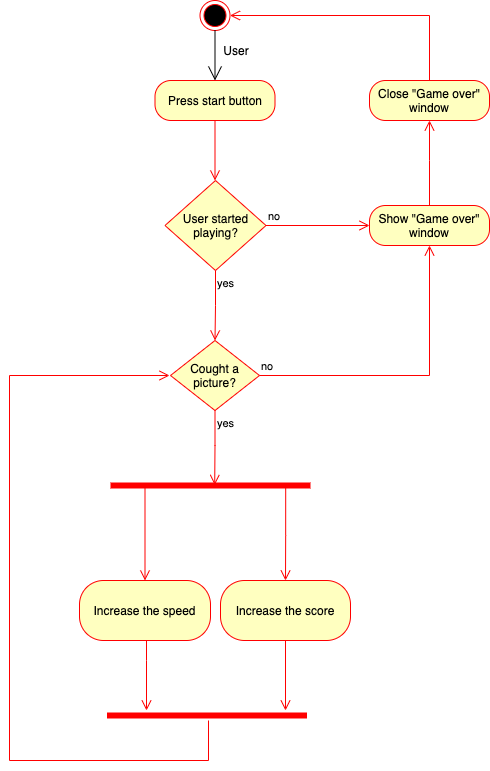
Before: Activity.png, a diagram exported from draw.io (HeliHaavisto/diagrams). Source tidied: cells renumbered, new cells last; positions are measured from the earlier drawing's top-left corner, leaving out a move shared by most shapes.
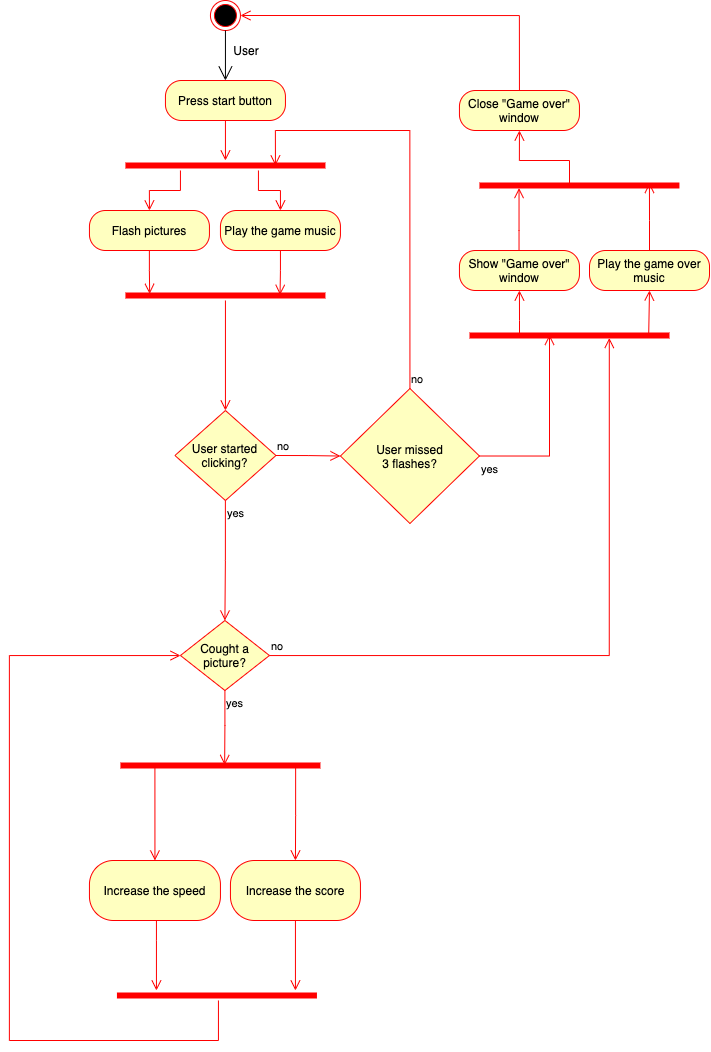
The same diagram one commit later.

The edit, as a diff of the source:
```diff
@@ -3,110 +3,199 @@
     <mxCell id="0" />
     <mxCell id="1" parent="0" />
     <mxCell id="2" style="ellipse;html=1;shape=endState;fillColor=#000000;strokeColor=#ff0000;" parent="1" vertex="1">
-      <mxGeometry x="190.5" width="30" height="30" as="geometry" />
+      <mxGeometry x="40.9" y="-40" width="30" height="30" as="geometry" />
     </mxCell>
     <mxCell id="3" value="Press start button" style="rounded=1;whiteSpace=wrap;html=1;arcSize=40;fontColor=#000000;fillColor=#ffffc0;strokeColor=#ff0000;" parent="1" vertex="1">
-      <mxGeometry x="145.5" y="80" width="120" height="40" as="geometry" />
+      <mxGeometry x="-4.1" y="40" width="120" height="40" as="geometry" />
     </mxCell>
-    <mxCell id="4" style="edgeStyle=orthogonalEdgeStyle;html=1;verticalAlign=bottom;endArrow=open;endSize=8;strokeColor=#ff0000;rounded=0;" parent="1" edge="1" source="3">
-      <mxGeometry relative="1" as="geometry">
-        <mxPoint x="205.5" y="180" as="targetPoint" />
-      </mxGeometry>
+    <mxCell id="4" style="edgeStyle=orthogonalEdgeStyle;html=1;verticalAlign=bottom;endArrow=open;endSize=8;strokeColor=#ff0000;rounded=0;" parent="1" edge="1" source="3" target="26">
+      <mxGeometry relative="1" as="geometry" />
     </mxCell>
     <mxCell id="5" style="endArrow=open;endFill=1;endSize=12;html=1;rounded=0;edgeStyle=orthogonalEdgeStyle;entryX=0.5;entryY=0;entryDx=0;entryDy=0;" parent="1" edge="1" source="2" target="3">
       <mxGeometry relative="1" as="geometry" />
     </mxCell>
     <mxCell id="6" value="User" style="text;html=1;strokeColor=none;fillColor=none;align=center;verticalAlign=middle;whiteSpace=wrap;rounded=0;" parent="1" vertex="1">
-      <mxGeometry x="206.5" y="40" width="40" height="20" as="geometry" />
+      <mxGeometry x="56.9" width="40" height="20" as="geometry" />
     </mxCell>
-    <mxCell id="7" value="User started playing?" style="rhombus;whiteSpace=wrap;html=1;fillColor=#ffffc0;strokeColor=#ff0000;" parent="1" vertex="1">
-      <mxGeometry x="155.5" y="180" width="101" height="90" as="geometry" />
+    <mxCell id="7" value="User started clicking?" style="rhombus;whiteSpace=wrap;html=1;fillColor=#ffffc0;strokeColor=#ff0000;" parent="1" vertex="1">
+      <mxGeometry x="5.4" y="370" width="101" height="90" as="geometry" />
     </mxCell>
-    <mxCell id="8" value="no" style="edgeStyle=orthogonalEdgeStyle;html=1;align=left;verticalAlign=bottom;endArrow=open;endSize=8;strokeColor=#ff0000;rounded=0;entryX=0;entryY=0.5;entryDx=0;entryDy=0;" parent="1" edge="1" source="7" target="10">
+    <mxCell id="8" value="no" style="edgeStyle=orthogonalEdgeStyle;html=1;align=left;verticalAlign=bottom;endArrow=open;endSize=8;strokeColor=#ff0000;rounded=0;exitX=1;exitY=0.5;exitDx=0;exitDy=0;" parent="1" edge="1" source="7" target="35">
       <mxGeometry x="-1" relative="1" as="geometry" />
     </mxCell>
-    <mxCell id="9" value="yes" style="edgeStyle=orthogonalEdgeStyle;html=1;align=left;verticalAlign=top;endArrow=open;endSize=8;strokeColor=#ff0000;rounded=0;" parent="1" edge="1" source="7">
-      <mxGeometry x="-1" relative="1" as="geometry">
-        <mxPoint x="205.5" y="340" as="targetPoint" />
-      </mxGeometry>
+    <mxCell id="9" value="yes" style="edgeStyle=orthogonalEdgeStyle;html=1;align=left;verticalAlign=top;endArrow=open;endSize=8;strokeColor=#ff0000;rounded=0;" parent="1" edge="1" source="7" target="23">
+      <mxGeometry x="-1" relative="1" as="geometry" />
     </mxCell>
     <mxCell id="10" value="Show &quot;Game over&quot; window" style="rounded=1;whiteSpace=wrap;html=1;arcSize=40;fontColor=#000000;fillColor=#ffffc0;strokeColor=#ff0000;" parent="1" vertex="1">
-      <mxGeometry x="360" y="205" width="120" height="40" as="geometry" />
+      <mxGeometry x="289.9" y="210" width="120" height="40" as="geometry" />
     </mxCell>
-    <mxCell id="11" style="edgeStyle=orthogonalEdgeStyle;html=1;verticalAlign=bottom;endArrow=open;endSize=8;strokeColor=#ff0000;rounded=0;entryX=0.5;entryY=1;entryDx=0;entryDy=0;" parent="1" edge="1" source="10" target="12">
+    <mxCell id="11" style="edgeStyle=orthogonalEdgeStyle;html=1;verticalAlign=bottom;endArrow=open;endSize=8;strokeColor=#ff0000;rounded=0;entryX=0.198;entryY=0.757;entryDx=0;entryDy=0;entryPerimeter=0;" parent="1" edge="1" source="10" target="43">
       <mxGeometry relative="1" as="geometry">
         <Array as="points">
-          <mxPoint x="420" y="160" />
-          <mxPoint x="420" y="160" />
+          <mxPoint x="350" y="190" />
         </Array>
       </mxGeometry>
     </mxCell>
     <mxCell id="12" value="Close &quot;Game over&quot; window" style="rounded=1;whiteSpace=wrap;html=1;arcSize=40;fontColor=#000000;fillColor=#ffffc0;strokeColor=#ff0000;" parent="1" vertex="1">
-      <mxGeometry x="360" y="80" width="120" height="40" as="geometry" />
+      <mxGeometry x="289.9" y="50" width="120" height="40" as="geometry" />
     </mxCell>
-    <mxCell id="13" style="edgeStyle=orthogonalEdgeStyle;html=1;verticalAlign=bottom;endArrow=open;endSize=8;strokeColor=#ff0000;rounded=0;entryX=1;entryY=0.5;entryDx=0;entryDy=0;" parent="1" edge="1" source="12" target="2">
+    <mxCell id="13" style="edgeStyle=orthogonalEdgeStyle;html=1;verticalAlign=bottom;endArrow=open;endSize=8;strokeColor=#ff0000;rounded=0;entryX=1;entryY=0.5;entryDx=0;entryDy=0;exitX=0.5;exitY=0;exitDx=0;exitDy=0;" parent="1" edge="1" source="12" target="2">
       <mxGeometry relative="1" as="geometry">
         <Array as="points">
-          <mxPoint x="420" y="15" />
+          <mxPoint x="349.9" y="-25" />
         </Array>
       </mxGeometry>
     </mxCell>
     <mxCell id="14" value="Increase the speed" style="rounded=1;whiteSpace=wrap;html=1;arcSize=40;fontColor=#000000;fillColor=#ffffc0;strokeColor=#ff0000;" parent="1" vertex="1">
-      <mxGeometry x="70" y="580" width="131" height="60" as="geometry" />
+      <mxGeometry x="-80.1" y="820" width="131" height="60" as="geometry" />
     </mxCell>
     <mxCell id="15" value="Increase the score" style="rounded=1;whiteSpace=wrap;html=1;arcSize=40;fontColor=#000000;fillColor=#ffffc0;strokeColor=#ff0000;" parent="1" vertex="1">
-      <mxGeometry x="211" y="580" width="130" height="60" as="geometry" />
+      <mxGeometry x="60.9" y="820" width="130" height="60" as="geometry" />
     </mxCell>
     <mxCell id="16" style="shape=line;html=1;strokeWidth=6;strokeColor=#ff0000;" parent="1" vertex="1">
-      <mxGeometry x="101" y="480" width="200" height="10" as="geometry" />
+      <mxGeometry x="-49.1" y="720" width="200" height="10" as="geometry" />
     </mxCell>
     <mxCell id="17" style="edgeStyle=orthogonalEdgeStyle;html=1;verticalAlign=bottom;endArrow=open;endSize=8;strokeColor=#ff0000;rounded=0;entryX=0.5;entryY=0;entryDx=0;entryDy=0;exitX=0.876;exitY=0.483;exitDx=0;exitDy=0;exitPerimeter=0;" parent="1" edge="1" source="16" target="15">
       <mxGeometry relative="1" as="geometry" />
     </mxCell>
     <mxCell id="18" style="edgeStyle=orthogonalEdgeStyle;html=1;verticalAlign=bottom;endArrow=open;endSize=8;strokeColor=#ff0000;rounded=0;entryX=0.5;entryY=0;entryDx=0;entryDy=0;exitX=0.197;exitY=0.414;exitDx=0;exitDy=0;exitPerimeter=0;" parent="1" edge="1" source="16">
       <mxGeometry relative="1" as="geometry">
-        <mxPoint x="135.5" y="580" as="targetPoint" />
+        <mxPoint x="-14.6" y="820" as="targetPoint" />
         <Array as="points">
-          <mxPoint x="135" y="484" />
+          <mxPoint x="-15.1" y="724" />
         </Array>
       </mxGeometry>
     </mxCell>
     <mxCell id="19" style="shape=line;html=1;strokeWidth=6;strokeColor=#ff0000;" parent="1" vertex="1">
-      <mxGeometry x="97.5" y="710" width="200" height="10" as="geometry" />
+      <mxGeometry x="-52.6" y="950" width="200" height="10" as="geometry" />
     </mxCell>
-    <mxCell id="20" style="edgeStyle=orthogonalEdgeStyle;html=1;verticalAlign=bottom;endArrow=open;endSize=8;strokeColor=#ff0000;rounded=0;" parent="1" edge="1" source="19">
+    <mxCell id="20" style="edgeStyle=orthogonalEdgeStyle;html=1;verticalAlign=bottom;endArrow=open;endSize=8;strokeColor=#ff0000;rounded=0;" parent="1" edge="1" source="19" target="23">
       <mxGeometry relative="1" as="geometry">
-        <mxPoint x="160" y="375" as="targetPoint" />
         <Array as="points">
-          <mxPoint x="199" y="760" />
-          <mxPoint y="760" />
-          <mxPoint y="375" />
+          <mxPoint x="48.9" y="1000" />
+          <mxPoint x="-160.1" y="1000" />
+          <mxPoint x="-160.1" y="615" />
         </Array>
       </mxGeometry>
     </mxCell>
     <mxCell id="21" style="edgeStyle=orthogonalEdgeStyle;html=1;verticalAlign=bottom;endArrow=open;endSize=8;strokeColor=#ff0000;rounded=0;exitX=0.5;exitY=1;exitDx=0;exitDy=0;" parent="1" edge="1" source="15">
       <mxGeometry relative="1" as="geometry">
-        <mxPoint x="276" y="710" as="targetPoint" />
+        <mxPoint x="125.9" y="950" as="targetPoint" />
       </mxGeometry>
     </mxCell>
     <mxCell id="22" style="edgeStyle=orthogonalEdgeStyle;html=1;verticalAlign=bottom;endArrow=open;endSize=8;strokeColor=#ff0000;rounded=0;exitX=0.5;exitY=1;exitDx=0;exitDy=0;" parent="1" edge="1">
       <mxGeometry relative="1" as="geometry">
-        <mxPoint x="137" y="640" as="sourcePoint" />
-        <mxPoint x="137" y="710" as="targetPoint" />
+        <mxPoint x="-13.1" y="880" as="sourcePoint" />
+        <mxPoint x="-13.1" y="950" as="targetPoint" />
         <Array as="points">
-          <mxPoint x="137" y="660" />
-          <mxPoint x="137" y="660" />
+          <mxPoint x="-13.1" y="900" />
+          <mxPoint x="-13.1" y="900" />
         </Array>
       </mxGeometry>
     </mxCell>
     <mxCell id="23" value="Cought a picture?" style="rhombus;whiteSpace=wrap;html=1;fillColor=#ffffc0;strokeColor=#ff0000;" parent="1" vertex="1">
-      <mxGeometry x="161" y="340" width="89" height="70" as="geometry" />
+      <mxGeometry x="10.9" y="580" width="89" height="70" as="geometry" />
     </mxCell>
-    <mxCell id="24" value="no" style="edgeStyle=orthogonalEdgeStyle;html=1;align=left;verticalAlign=bottom;endArrow=open;endSize=8;strokeColor=#ff0000;rounded=0;entryX=0.5;entryY=1;entryDx=0;entryDy=0;" parent="1" edge="1" source="23" target="10">
-      <mxGeometry x="-1" relative="1" as="geometry" />
+    <mxCell id="24" value="no" style="edgeStyle=orthogonalEdgeStyle;html=1;align=left;verticalAlign=bottom;endArrow=open;endSize=8;strokeColor=#ff0000;rounded=0;entryX=0.699;entryY=0.75;entryDx=0;entryDy=0;entryPerimeter=0;" parent="1" edge="1" source="23" target="40">
+      <mxGeometry x="-1" relative="1" as="geometry">
+        <Array as="points">
+          <mxPoint x="440" y="615" />
+        </Array>
+      </mxGeometry>
     </mxCell>
     <mxCell id="25" value="yes" style="edgeStyle=orthogonalEdgeStyle;html=1;align=left;verticalAlign=top;endArrow=open;endSize=8;strokeColor=#ff0000;rounded=0;entryX=0.521;entryY=0.443;entryDx=0;entryDy=0;entryPerimeter=0;" parent="1" edge="1" source="23" target="16">
       <mxGeometry x="-1" relative="1" as="geometry" />
     </mxCell>
+    <mxCell id="26" style="shape=line;html=1;strokeWidth=6;strokeColor=#ff0000;" parent="1" vertex="1">
+      <mxGeometry x="-44.1" y="120" width="200" height="10" as="geometry" />
+    </mxCell>
+    <mxCell id="27" style="edgeStyle=orthogonalEdgeStyle;html=1;verticalAlign=bottom;endArrow=open;endSize=8;strokeColor=#ff0000;rounded=0;" parent="1" edge="1" target="31">
+      <mxGeometry relative="1" as="geometry">
+        <mxPoint x="88.9" y="130" as="sourcePoint" />
+      </mxGeometry>
+    </mxCell>
+    <mxCell id="28" style="edgeStyle=orthogonalEdgeStyle;html=1;verticalAlign=bottom;endArrow=open;endSize=8;strokeColor=#ff0000;rounded=0;entryX=0.5;entryY=0;entryDx=0;entryDy=0;" parent="1" edge="1" target="29">
+      <mxGeometry relative="1" as="geometry">
+        <mxPoint x="10.9" y="130" as="sourcePoint" />
+      </mxGeometry>
+    </mxCell>
+    <mxCell id="29" value="Flash pictures" style="rounded=1;whiteSpace=wrap;html=1;arcSize=40;fontColor=#000000;fillColor=#ffffc0;strokeColor=#ff0000;" parent="1" vertex="1">
+      <mxGeometry x="-80.1" y="170" width="120" height="40" as="geometry" />
+    </mxCell>
+    <mxCell id="30" style="edgeStyle=orthogonalEdgeStyle;html=1;verticalAlign=bottom;endArrow=open;endSize=8;strokeColor=#ff0000;rounded=0;entryX=0.121;entryY=0.333;entryDx=0;entryDy=0;entryPerimeter=0;" parent="1" edge="1" source="29" target="33">
+      <mxGeometry relative="1" as="geometry" />
+    </mxCell>
+    <mxCell id="31" value="Play the game music" style="rounded=1;whiteSpace=wrap;html=1;arcSize=40;fontColor=#000000;fillColor=#ffffc0;strokeColor=#ff0000;" parent="1" vertex="1">
+      <mxGeometry x="50.9" y="170" width="120" height="40" as="geometry" />
+    </mxCell>
+    <mxCell id="32" style="edgeStyle=orthogonalEdgeStyle;html=1;verticalAlign=bottom;endArrow=open;endSize=8;strokeColor=#ff0000;rounded=0;entryX=0.773;entryY=0.433;entryDx=0;entryDy=0;entryPerimeter=0;" parent="1" edge="1" source="31" target="33">
+      <mxGeometry relative="1" as="geometry">
+        <Array as="points">
+          <mxPoint x="110.9" y="230" />
+          <mxPoint x="109.9" y="230" />
+        </Array>
+      </mxGeometry>
+    </mxCell>
+    <mxCell id="33" style="shape=line;html=1;strokeWidth=6;strokeColor=#ff0000;" parent="1" vertex="1">
+      <mxGeometry x="-44.1" y="250" width="200" height="10" as="geometry" />
+    </mxCell>
+    <mxCell id="34" style="edgeStyle=orthogonalEdgeStyle;html=1;verticalAlign=bottom;endArrow=open;endSize=8;strokeColor=#ff0000;rounded=0;" parent="1" edge="1" source="33" target="7">
+      <mxGeometry relative="1" as="geometry" />
+    </mxCell>
+    <mxCell id="35" value="User missed&lt;br&gt;3 flashes?" style="rhombus;whiteSpace=wrap;html=1;fillColor=#ffffc0;strokeColor=#ff0000;" parent="1" vertex="1">
+      <mxGeometry x="170.9" y="348" width="139" height="135" as="geometry" />
+    </mxCell>
+    <mxCell id="36" value="no" style="edgeStyle=orthogonalEdgeStyle;html=1;align=left;verticalAlign=bottom;endArrow=open;endSize=8;strokeColor=#ff0000;rounded=0;entryX=0.75;entryY=0.5;entryDx=0;entryDy=0;entryPerimeter=0;exitX=0.5;exitY=0;exitDx=0;exitDy=0;" parent="1" edge="1" source="35" target="26">
+      <mxGeometry x="-1" relative="1" as="geometry">
+        <Array as="points">
+          <mxPoint x="240.9" y="90" />
+          <mxPoint x="105.9" y="90" />
+        </Array>
+      </mxGeometry>
+    </mxCell>
+    <mxCell id="37" value="yes" style="edgeStyle=orthogonalEdgeStyle;html=1;align=left;verticalAlign=top;endArrow=open;endSize=8;strokeColor=#ff0000;rounded=0;entryX=0.401;entryY=0.444;entryDx=0;entryDy=0;exitX=1;exitY=0.5;exitDx=0;exitDy=0;entryPerimeter=0;" parent="1" edge="1" source="35" target="40">
+      <mxGeometry x="-1" relative="1" as="geometry">
+        <Array as="points">
+          <mxPoint x="380" y="416" />
+          <mxPoint x="380" y="294" />
+        </Array>
+      </mxGeometry>
+    </mxCell>
+    <mxCell id="38" value="Play the game over music" style="rounded=1;whiteSpace=wrap;html=1;arcSize=40;fontColor=#000000;fillColor=#ffffc0;strokeColor=#ff0000;" parent="1" vertex="1">
+      <mxGeometry x="420" y="210" width="120" height="40" as="geometry" />
+    </mxCell>
+    <mxCell id="39" style="edgeStyle=orthogonalEdgeStyle;html=1;verticalAlign=bottom;endArrow=open;endSize=8;strokeColor=#ff0000;rounded=0;entryX=0.85;entryY=0.243;entryDx=0;entryDy=0;entryPerimeter=0;" parent="1" edge="1" source="38" target="43">
+      <mxGeometry relative="1" as="geometry" />
+    </mxCell>
+    <mxCell id="40" style="shape=line;html=1;strokeWidth=6;strokeColor=#ff0000;" parent="1" vertex="1">
+      <mxGeometry x="300" y="290" width="200" height="10" as="geometry" />
+    </mxCell>
+    <mxCell id="41" style="edgeStyle=orthogonalEdgeStyle;html=1;verticalAlign=bottom;endArrow=open;endSize=8;strokeColor=#ff0000;rounded=0;entryX=0.5;entryY=1;entryDx=0;entryDy=0;exitX=0.25;exitY=0.5;exitDx=0;exitDy=0;exitPerimeter=0;" parent="1" edge="1" source="40" target="10">
+      <mxGeometry relative="1" as="geometry">
+        <Array as="points">
+          <mxPoint x="350" y="280" />
+          <mxPoint x="350" y="280" />
+        </Array>
+      </mxGeometry>
+    </mxCell>
+    <mxCell id="42" style="edgeStyle=orthogonalEdgeStyle;html=1;verticalAlign=bottom;endArrow=open;endSize=8;strokeColor=#ff0000;rounded=0;entryX=0.5;entryY=1;entryDx=0;entryDy=0;exitX=0.896;exitY=0.386;exitDx=0;exitDy=0;exitPerimeter=0;" parent="1" edge="1" source="40" target="38">
+      <mxGeometry relative="1" as="geometry">
+        <Array as="points">
+          <mxPoint x="480" y="294" />
+        </Array>
+      </mxGeometry>
+    </mxCell>
+    <mxCell id="43" style="shape=line;html=1;strokeWidth=6;strokeColor=#ff0000;" parent="1" vertex="1">
+      <mxGeometry x="309.9" y="140" width="200" height="10" as="geometry" />
+    </mxCell>
+    <mxCell id="44" style="edgeStyle=orthogonalEdgeStyle;html=1;verticalAlign=bottom;endArrow=open;endSize=8;strokeColor=#ff0000;rounded=0;exitX=0.301;exitY=0.357;exitDx=0;exitDy=0;exitPerimeter=0;entryX=0.5;entryY=1;entryDx=0;entryDy=0;" parent="1" edge="1" source="43" target="12">
+      <mxGeometry relative="1" as="geometry">
+        <Array as="points">
+          <mxPoint x="400" y="144" />
+          <mxPoint x="400" y="120" />
+          <mxPoint x="350" y="120" />
+        </Array>
+      </mxGeometry>
+    </mxCell>
   </root>
 </mxGraphModel>
```
